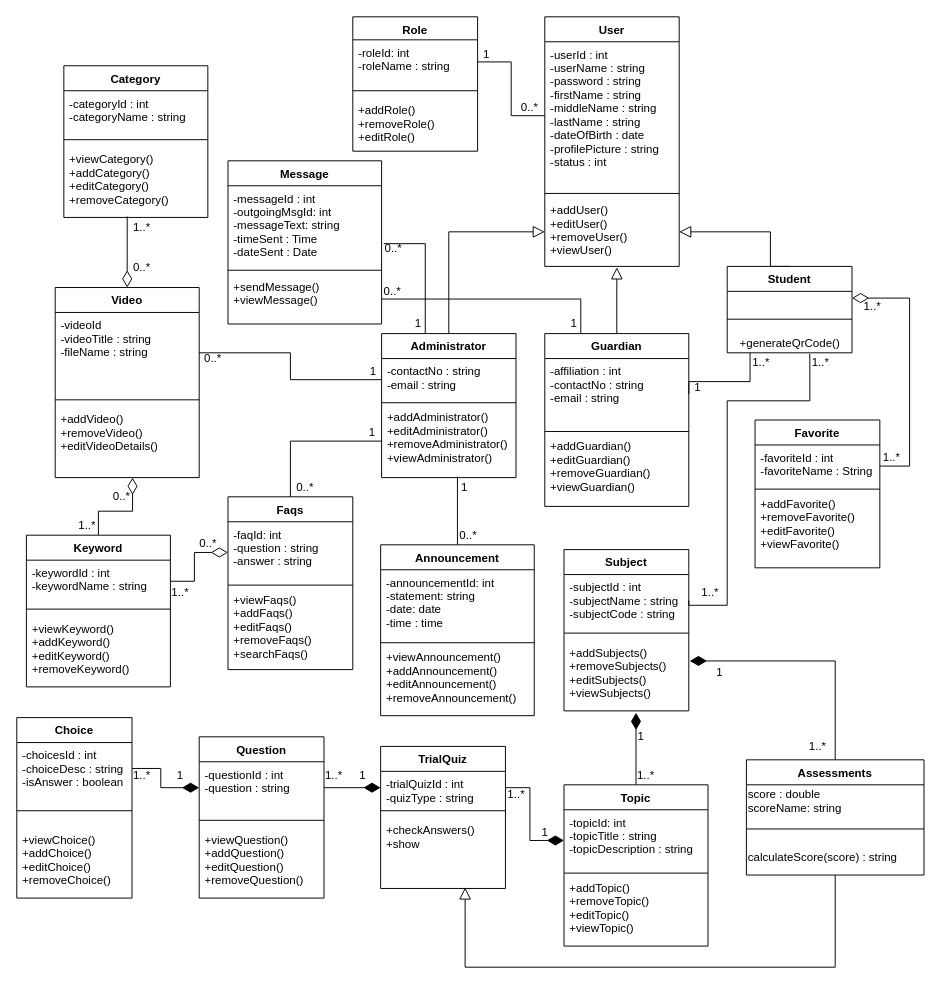
This is page "ClassDiagram" (4 of 7) of REVISIONS/UML-DIAGRAMS/6-9-2021/ACTIVITY DIAGRAM/ACTIVITY DIAGRAM3.drawio from mrklglsn/CAPSTONE-FILES, a draw.io file, before an edit. Source tidied: cells renumbered, new cells numbered last; positions are measured from the earlier drawing's top-left corner, leaving out a move shared by most shapes. Both pictures are drawn from the tidied source at 96%, with x=0, y=0 at pixel (16, 16).
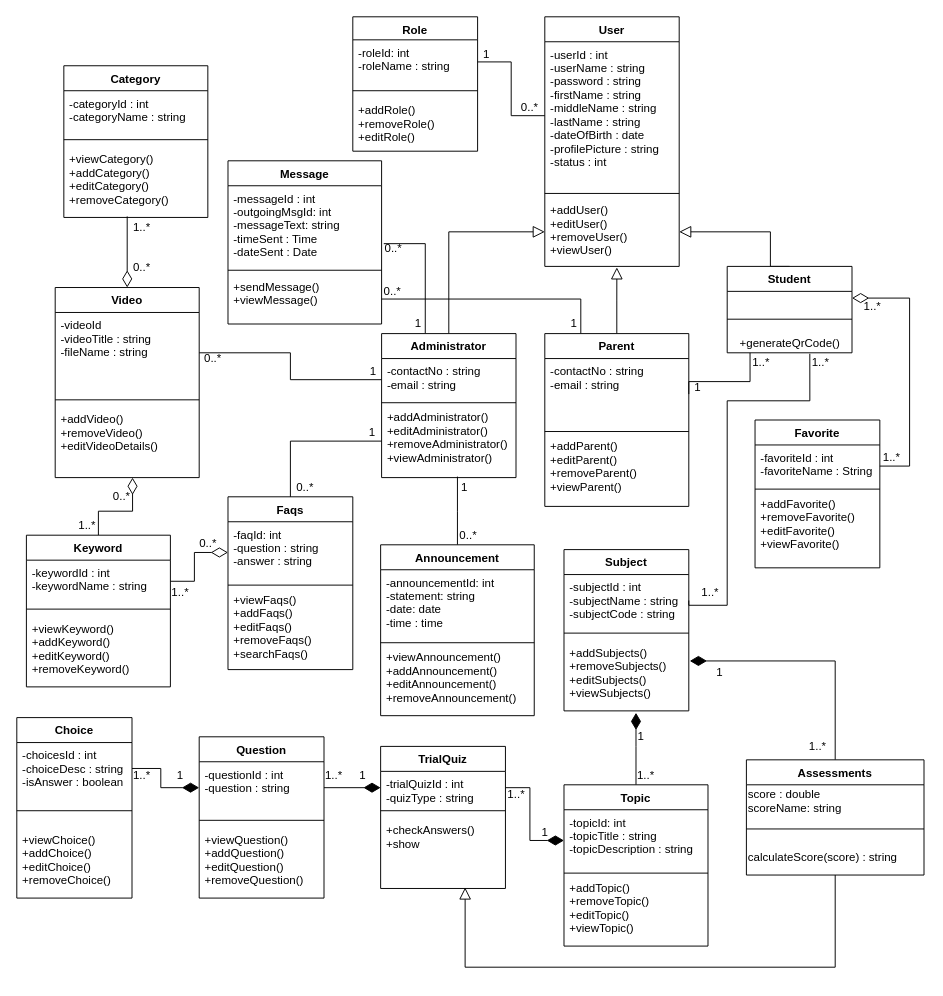
The same diagram, later.

What changed in the source:
```diff
@@
-    <mxCell id="63" value="Guardian" style="swimlane;fontStyle=1;align=center;verticalAlign=top;horizontal=1;startSize=26;" parent="1" vertex="1">
+    <mxCell id="63" value="Parent" style="swimlane;fontStyle=1;align=center;verticalAlign=top;horizontal=1;startSize=26;" parent="1" vertex="1">
       <mxGeometry x="550" y="330" width="150" height="180" as="geometry" />
     </mxCell>
-    <mxCell id="64" value="-affiliation : int&#10;-contactNo : string&#10;-email : string" style="text;strokeColor=none;fillColor=none;align=left;verticalAlign=top;spacingLeft=4;spacingRight=4;overflow=hidden;points=[[0,0.5],[1,0.5]];portConstraint=eastwest;glass=0;" parent="63" vertex="1">
+    <mxCell id="64" value="-contactNo : string&#10;-email : string" style="text;strokeColor=none;fillColor=none;align=left;verticalAlign=top;spacingLeft=4;spacingRight=4;overflow=hidden;points=[[0,0.5],[1,0.5]];portConstraint=eastwest;glass=0;" parent="63" vertex="1">
       <mxGeometry y="26" width="150" height="74" as="geometry" />
     </mxCell>
@@
-    <mxCell id="66" value="+addGuardian()&#10;+editGuardian()&#10;+removeGuardian()&#10;+viewGuardian()" style="text;strokeColor=none;fillColor=none;align=left;verticalAlign=top;spacingLeft=4;spacingRight=4;overflow=hidden;glass=0;" parent="63" vertex="1">
+    <mxCell id="66" value="+addParent()&#10;+editParent()&#10;+removeParent()&#10;+viewParent()" style="text;strokeColor=none;fillColor=none;align=left;verticalAlign=top;spacingLeft=4;spacingRight=4;overflow=hidden;glass=0;" parent="63" vertex="1">
       <mxGeometry y="104" width="150" height="76" as="geometry" />
     </mxCell>
```
